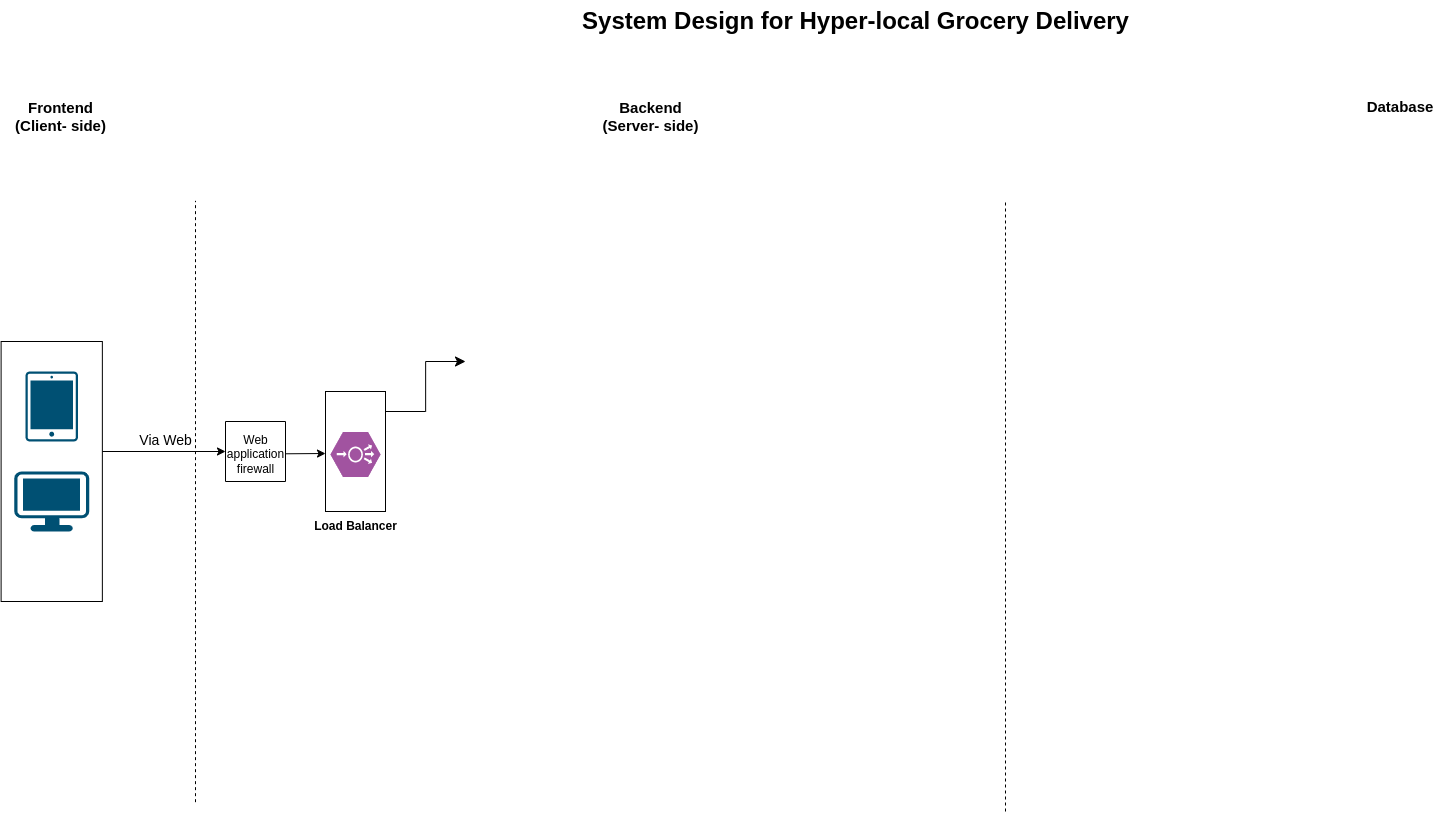
The draw.io diagram mytask.drawio.png in rushikesh-mallanath/draw, before a commit. Source tidied: cells renumbered, new cells last; positions are measured from the earlier drawing's top-left corner, leaving out a move shared by most shapes.
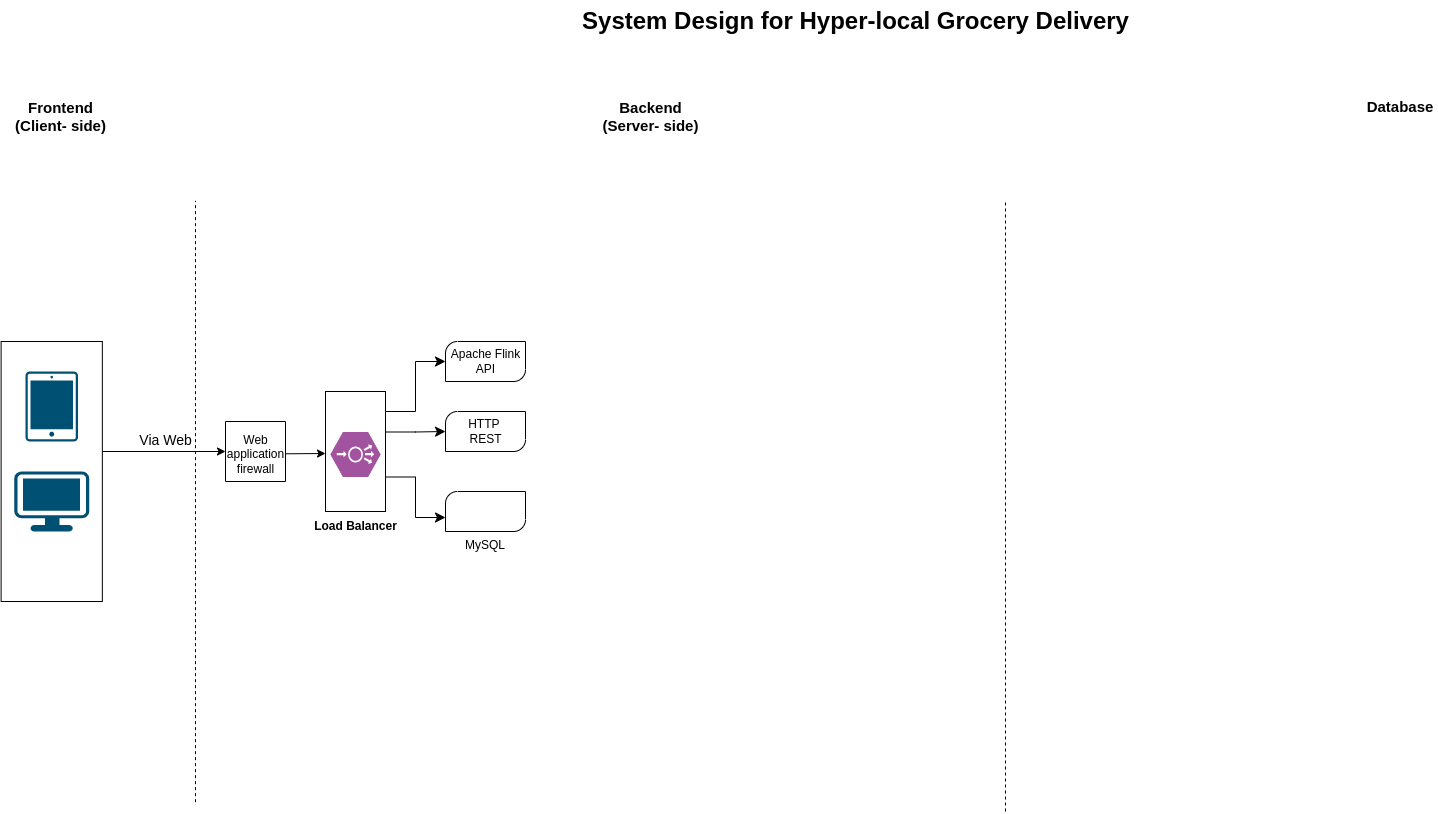
Later version of the same file.

What changed in the source:
```diff
@@ -71,8 +71,35 @@
     <mxCell id="19" style="edgeStyle=elbowEdgeStyle;elbow=horizontal;endArrow=classic;html=1;curved=0;rounded=0;endSize=8;startSize=8;" parent="1" edge="1">
       <mxGeometry relative="1" as="geometry">
         <mxPoint x="384" y="410" as="sourcePoint" />
-        <mxPoint x="464" y="360" as="targetPoint" />
+        <mxPoint x="444" y="360" as="targetPoint" />
       </mxGeometry>
     </mxCell>
+    <mxCell id="20" style="verticalLabelPosition=bottom;verticalAlign=top;html=1;shape=mxgraph.basic.diag_round_rect;dx=6;whiteSpace=wrap;" parent="1" vertex="1">
+      <mxGeometry x="444" y="340" width="80" height="40" as="geometry" />
+    </mxCell>
+    <mxCell id="21" value="Apache Flink &lt;br&gt;API" style="text;html=1;align=center;verticalAlign=middle;strokeColor=none;fillColor=none;" parent="1" vertex="1">
+      <mxGeometry x="439" y="340" width="90" height="40" as="geometry" />
+    </mxCell>
+    <mxCell id="22" style="edgeStyle=elbowEdgeStyle;elbow=horizontal;endArrow=classic;html=1;curved=0;rounded=0;endSize=8;startSize=8;" parent="1" edge="1">
+      <mxGeometry relative="1" as="geometry">
+        <mxPoint x="384" y="430.5" as="sourcePoint" />
+        <mxPoint x="444" y="430" as="targetPoint" />
+      </mxGeometry>
+    </mxCell>
+    <mxCell id="23" style="verticalLabelPosition=bottom;verticalAlign=top;html=1;shape=mxgraph.basic.diag_round_rect;dx=6;whiteSpace=wrap;" parent="1" vertex="1">
+      <mxGeometry x="444" y="410" width="80" height="40" as="geometry" />
+    </mxCell>
+    <mxCell id="24" value="HTTP&amp;nbsp;&lt;br&gt;REST" style="text;html=1;align=center;verticalAlign=middle;strokeColor=none;fillColor=none;" parent="1" vertex="1">
+      <mxGeometry x="454" y="410" width="60" height="40" as="geometry" />
+    </mxCell>
+    <mxCell id="25" style="edgeStyle=elbowEdgeStyle;elbow=horizontal;endArrow=classic;html=1;curved=0;rounded=0;endSize=8;startSize=8;" parent="1" edge="1">
+      <mxGeometry relative="1" as="geometry">
+        <mxPoint x="384" y="475.5" as="sourcePoint" />
+        <mxPoint x="444" y="516" as="targetPoint" />
+      </mxGeometry>
+    </mxCell>
+    <mxCell id="26" value="MySQL" style="verticalLabelPosition=bottom;verticalAlign=top;html=1;shape=mxgraph.basic.diag_round_rect;dx=6;whiteSpace=wrap;" parent="1" vertex="1">
+      <mxGeometry x="444" y="490" width="80" height="40" as="geometry" />
+    </mxCell>
   </root>
 </mxGraphModel>
```
